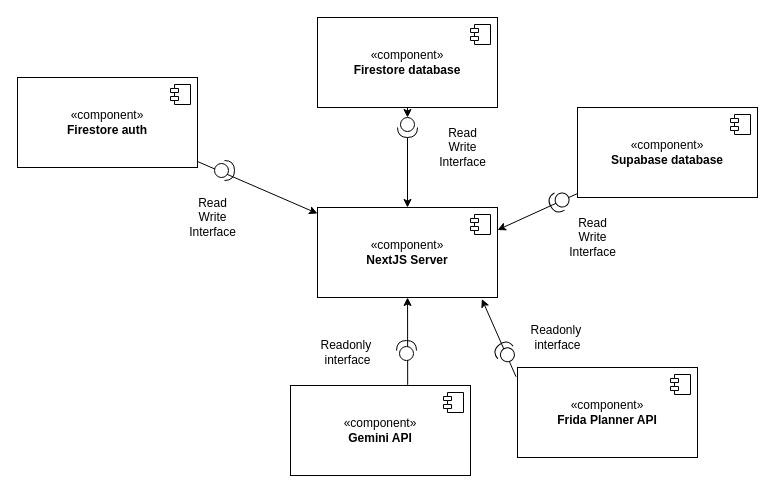
The draw.io diagram diagrams/components_diagram.drawio in Apantli/Tenor, before the edit. Source tidied: cells renumbered, new cells numbered last; positions are measured from the earlier drawing's top-left corner, leaving out a move shared by most shapes. Both pictures are drawn from the tidied source at 100%, with x=0, y=0 at pixel (17, 17).
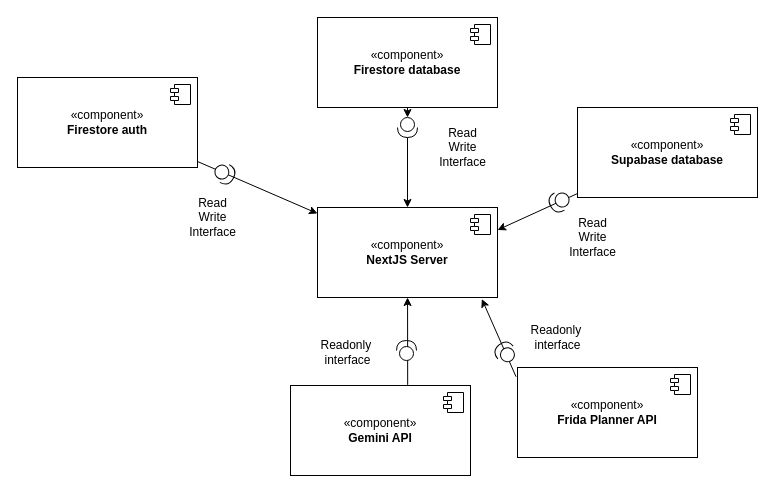
The same diagram, later.

Change to the diagram source:
```diff
@@
-    <mxCell id="12" style="shape=providedRequiredInterface;html=1;verticalLabelPosition=bottom;sketch=0;" parent="1" vertex="1">
-      <mxGeometry x="197" y="143" width="20" height="20" as="geometry" />
+    <mxCell id="12" style="shape=providedRequiredInterface;html=1;verticalLabelPosition=bottom;sketch=0;rotation=27.8;" parent="1" vertex="1">
+      <mxGeometry x="197" y="146" width="20" height="20" as="geometry" />
     </mxCell>
```
